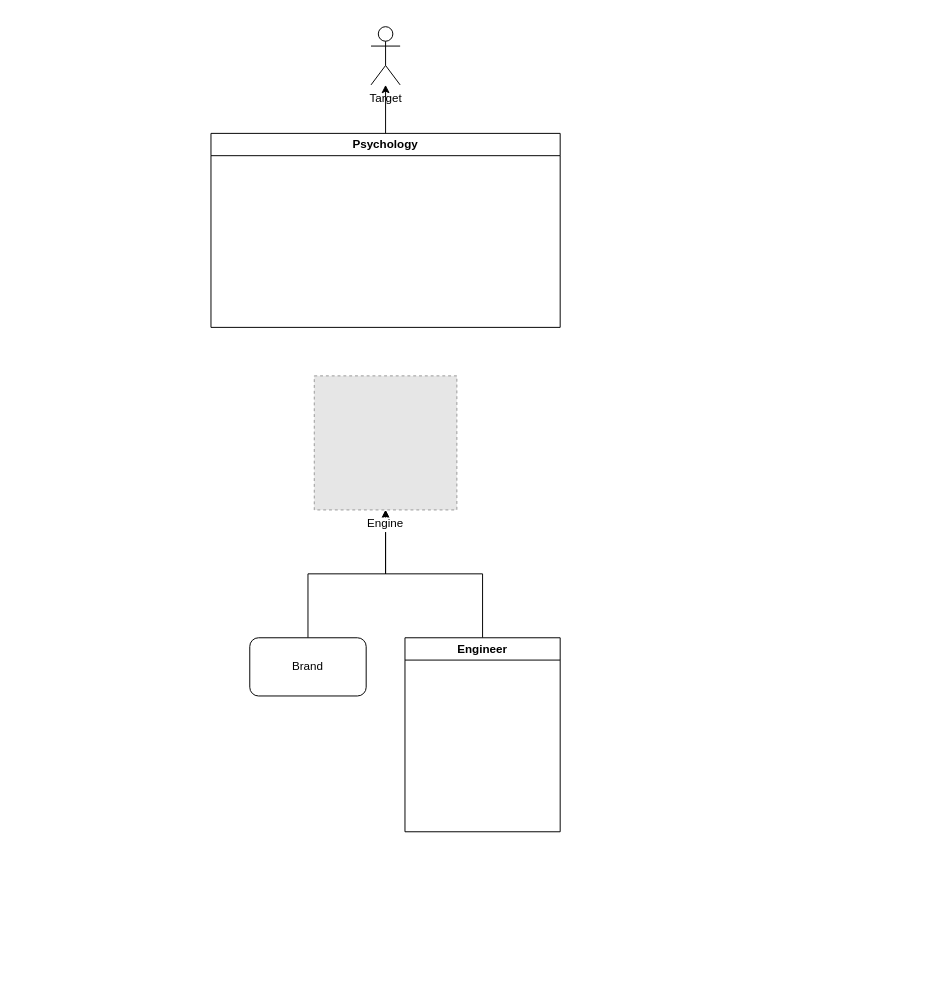
Before: page "Page-8" (8 of 8) of 定義.drawio in minegishirei/draw_v1, a draw.io diagram. Source tidied: cells renumbered, new cells numbered last; positions are measured from the earlier drawing's top-left corner, leaving out a move shared by most shapes. Both pictures are drawn from the tidied source at 97%, with x=0, y=0 at pixel (210, 26). Pictures stored in the file or linked from it are replaced by grey dashed boxes.
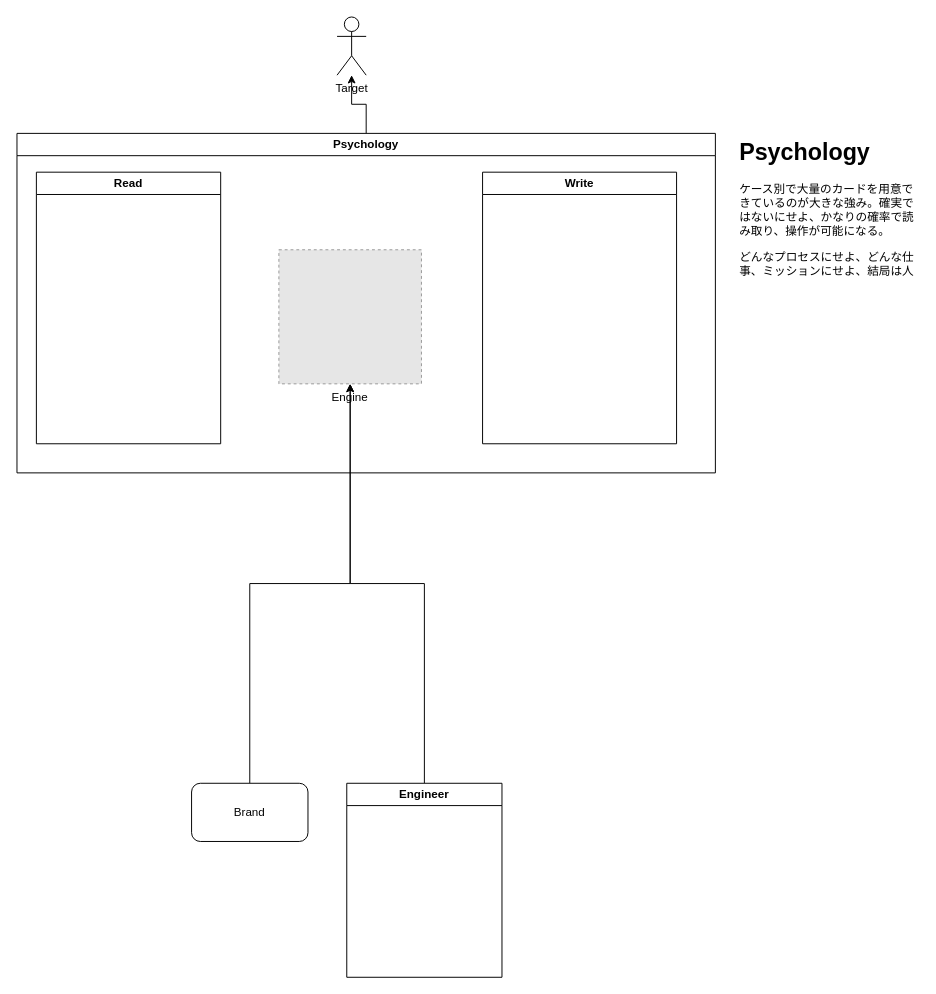
The same page after the edit.

What changed in the source:
```diff
@@
 <mxGraphModel>
   <root>
     <mxCell id="0" />
     <mxCell id="1" parent="0" />
     <mxCell id="2" style="edgeStyle=orthogonalEdgeStyle;rounded=0;jettySize=auto;html=1;exitX=0.5;exitY=0;exitDx=0;exitDy=0;" parent="1" edge="1" source="3" target="4">
       <mxGeometry relative="1" as="geometry" />
     </mxCell>
     <mxCell id="3" value="Psychology" style="swimlane;whiteSpace=wrap;html=1;" parent="1" vertex="1">
-      <mxGeometry y="110" width="360" height="200" as="geometry" />
+      <mxGeometry x="-200" y="110" width="720" height="350" as="geometry" />
     </mxCell>
+    <mxCell id="10" value="Read" style="swimlane;whiteSpace=wrap;html=1;" parent="3" vertex="1">
+      <mxGeometry x="20" y="40" width="190" height="280" as="geometry" />
+    </mxCell>
+    <mxCell id="11" value="Write" style="swimlane;whiteSpace=wrap;html=1;" parent="3" vertex="1">
+      <mxGeometry x="480" y="40" width="200" height="280" as="geometry" />
+    </mxCell>
+    <mxCell id="9" value="Engine" style="fillColor=#E6E6E6;strokeColor=#999999;dashed=1;verticalLabelPosition=bottom;labelBackgroundColor=default;verticalAlign=top;" parent="3" vertex="1">
+      <mxGeometry x="270" y="120" width="147" height="138.2" as="geometry" />
+    </mxCell>
     <mxCell id="4" value="Target" style="shape=umlActor;verticalLabelPosition=bottom;verticalAlign=top;html=1;outlineConnect=0;" parent="1" vertex="1">
-      <mxGeometry x="165" width="30" height="60" as="geometry" />
+      <mxGeometry x="130" y="-10" width="30" height="60" as="geometry" />
     </mxCell>
     <mxCell id="5" style="edgeStyle=orthogonalEdgeStyle;rounded=0;jettySize=auto;html=1;exitX=0.5;exitY=0;exitDx=0;exitDy=0;entryX=0.5;entryY=1;entryDx=0;entryDy=0;" parent="1" edge="1" source="6" target="9">
       <mxGeometry relative="1" as="geometry" />
     </mxCell>
     <mxCell id="6" value="Engineer" style="swimlane;whiteSpace=wrap;html=1;" parent="1" vertex="1">
-      <mxGeometry x="200" y="630" width="160" height="200" as="geometry" />
+      <mxGeometry x="140" y="780" width="160" height="200" as="geometry" />
     </mxCell>
     <mxCell id="7" style="edgeStyle=orthogonalEdgeStyle;rounded=0;jettySize=auto;html=1;exitX=0.5;exitY=0;exitDx=0;exitDy=0;entryX=0.5;entryY=1;entryDx=0;entryDy=0;" parent="1" edge="1" source="8" target="9">
       <mxGeometry relative="1" as="geometry" />
     </mxCell>
     <mxCell id="8" value="Brand" style="rounded=1;whiteSpace=wrap;html=1;" parent="1" vertex="1">
-      <mxGeometry x="40" y="630" width="120" height="60" as="geometry" />
+      <mxGeometry x="-20" y="780" width="120" height="60" as="geometry" />
     </mxCell>
-    <mxCell id="9" value="Engine" style="fillColor=#E6E6E6;strokeColor=#999999;dashed=1;verticalLabelPosition=bottom;labelBackgroundColor=default;verticalAlign=top;" parent="1" vertex="1">
-      <mxGeometry x="106.5" y="360" width="147" height="138.2" as="geometry" />
-    </mxCell>
+    <mxCell id="12" value="&lt;h1&gt;Psychology&lt;/h1&gt;&lt;p&gt;ケース別で大量のカードを用意できているのが大きな強み。確実ではないにせよ、かなりの確率で読み取り、操作が可能になる。&lt;/p&gt;&lt;p&gt;どんなプロセスにせよ、どんな仕事、ミッションにせよ、結局は人&lt;/p&gt;" style="text;html=1;strokeColor=none;fillColor=none;spacing=5;spacingTop=-20;whiteSpace=wrap;overflow=hidden;rounded=0;" parent="1" vertex="1">
+      <mxGeometry x="540" y="110" width="190" height="160" as="geometry" />
+    </mxCell>
   </root>
 </mxGraphModel>
```
